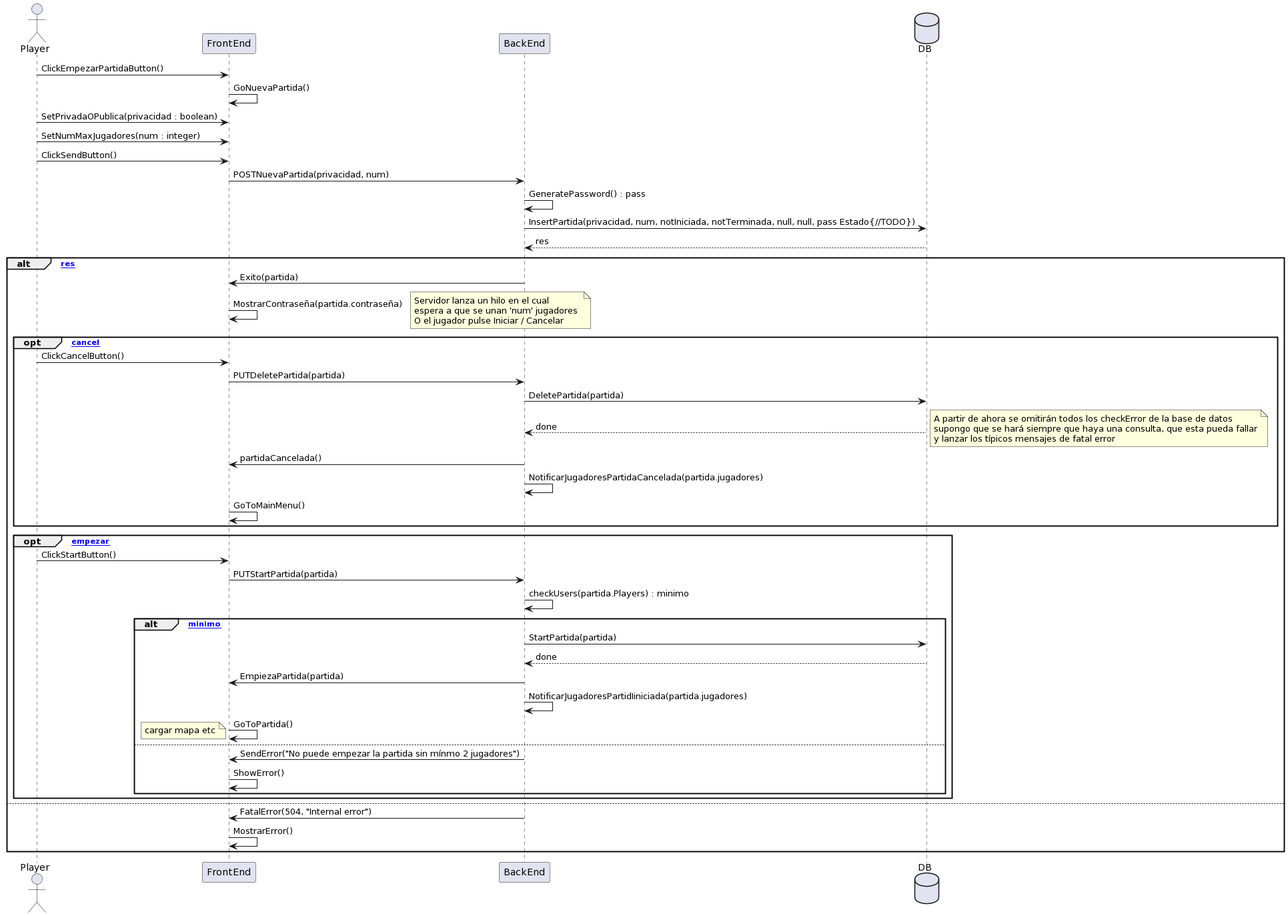
Earlier version of the PlantUML export SequenceDiagrams/empezarPartida.png (UNIZAR-30226-2024-02/Back-end).
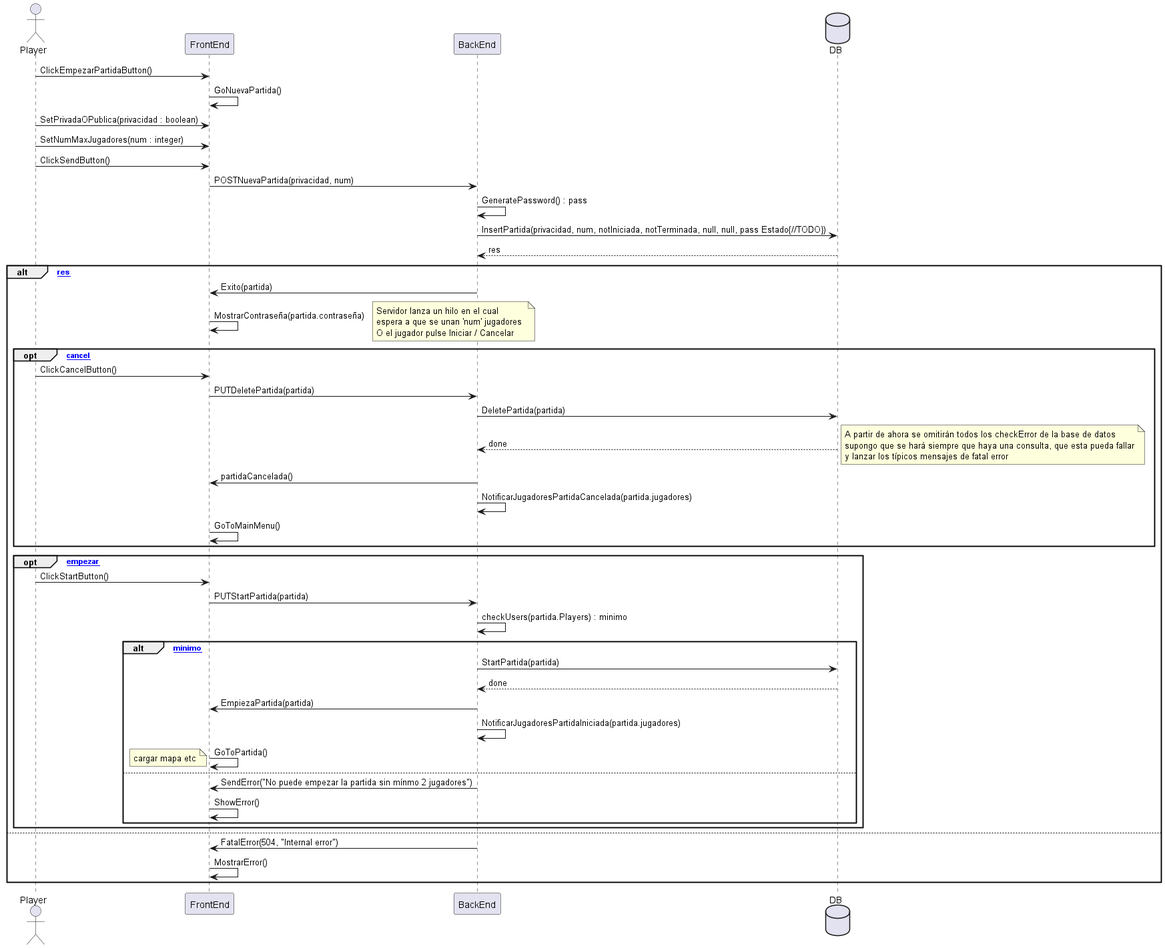
Above is the later version.

Change to the diagram source:
```diff
@@ -40,7 +40,7 @@
 			BackEnd -> DB : StartPartida(partida)
 			DB --> BackEnd : done
 			BackEnd -> FrontEnd : EmpiezaPartida(partida)
-			BackEnd -> BackEnd : NotificarJugadoresPartidIiniciada(partida.jugadores)
+			BackEnd -> BackEnd : NotificarJugadoresPartidaIniciada(partida.jugadores)
 			FrontEnd -> FrontEnd : GoToPartida()
 			note left : cargar mapa etc
 		else
@@ -53,4 +53,5 @@
 	BackEnd -> FrontEnd : FatalError(504, "Internal error")
 	FrontEnd -> FrontEnd : MostrarError()
 	end
+
 @enduml
```
